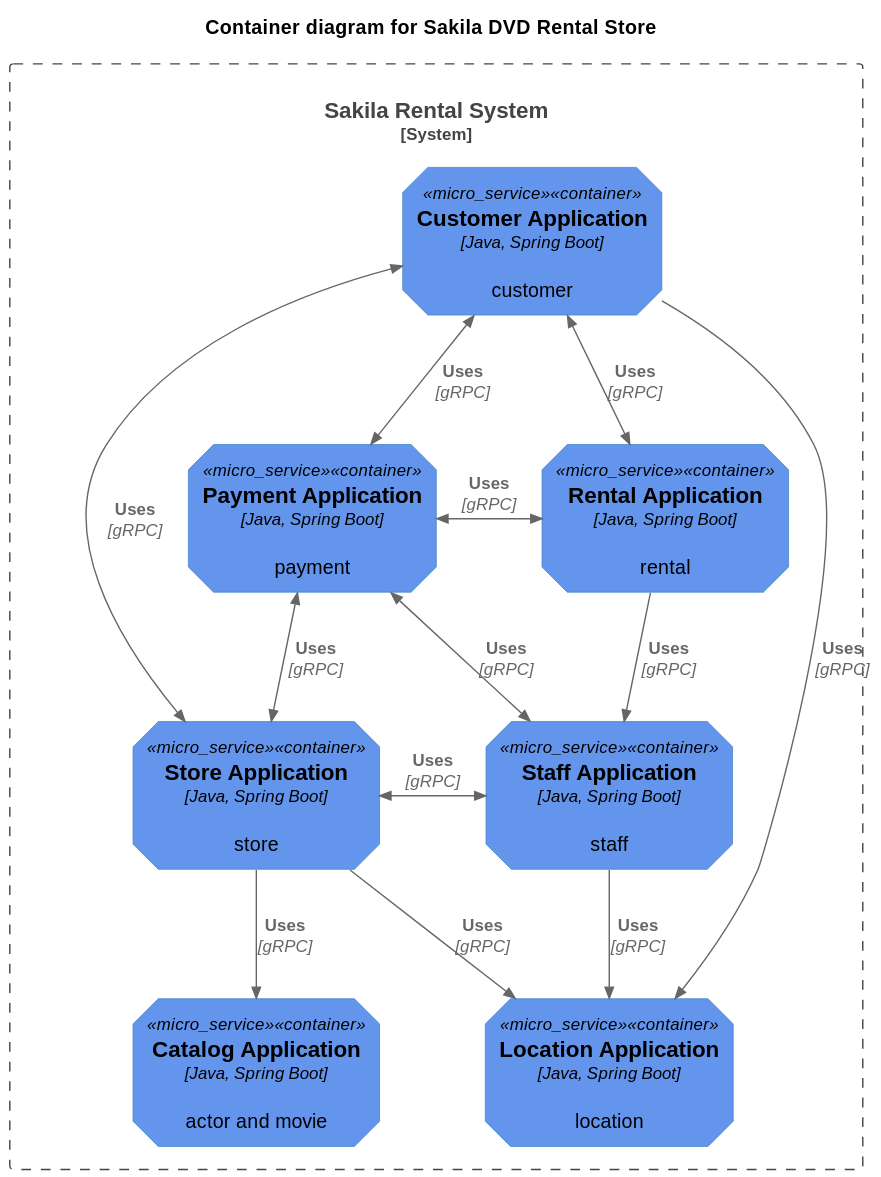
The PlantUML diagram diagram/sakila-container.svg in codejsha/sakila-microservices, before a commit. The source it was exported from:
```plantuml
@startuml
!include https://raw.githubusercontent.com/plantuml-stdlib/C4-PlantUML/master/C4_Container.puml

AddElementTag("micro_service", $shape=EightSidedShape(), $bgColor="CornflowerBlue", $fontColor="black", $legendText="micro service\neight sided")
AddElementTag("storage", $shape=RoundedBoxShape(), $bgColor="lightSkyBlue", $fontColor="black")

title Container diagram for Sakila DVD Rental Store

System_Boundary(sakila, "Sakila Rental System") {
    Container(catalog_app, "Catalog Application", "Java, Spring Boot", "actor and movie", $tags = "micro_service")
    Container(customer_app, "Customer Application", "Java, Spring Boot", "customer", $tags = "micro_service")
    Container(location_app, "Location Application", "Java, Spring Boot", "location", $tags = "micro_service")
    Container(payment_app, "Payment Application", "Java, Spring Boot", "payment", $tags = "micro_service")
    Container(rental_app, "Rental Application", "Java, Spring Boot", "rental", $tags = "micro_service")
    Container(staff_app, "Staff Application", "Java, Spring Boot", "staff", $tags = "micro_service")
    Container(store_app, "Store Application", "Java, Spring Boot", "store", $tags = "micro_service")
}

Rel_D(customer_app, location_app, "Uses", "gRPC")
BiRel(customer_app, payment_app, "Uses", "gRPC")
BiRel(customer_app, rental_app, "Uses", "gRPC")
BiRel(customer_app, store_app, "Uses", "gRPC")

BiRel_R(payment_app, rental_app, "Uses", "gRPC")
BiRel(payment_app, staff_app, "Uses", "gRPC")
BiRel(payment_app, store_app, "Uses", "gRPC")

Rel(rental_app, staff_app, "Uses", "gRPC")

Rel_D(staff_app, location_app, "Uses", "gRPC")
BiRel_R(staff_app, store_app, "Uses", "gRPC")

Rel(store_app, catalog_app, "Uses", "gRPC")
Rel_D(store_app, location_app, "Uses", "gRPC")
@enduml
```
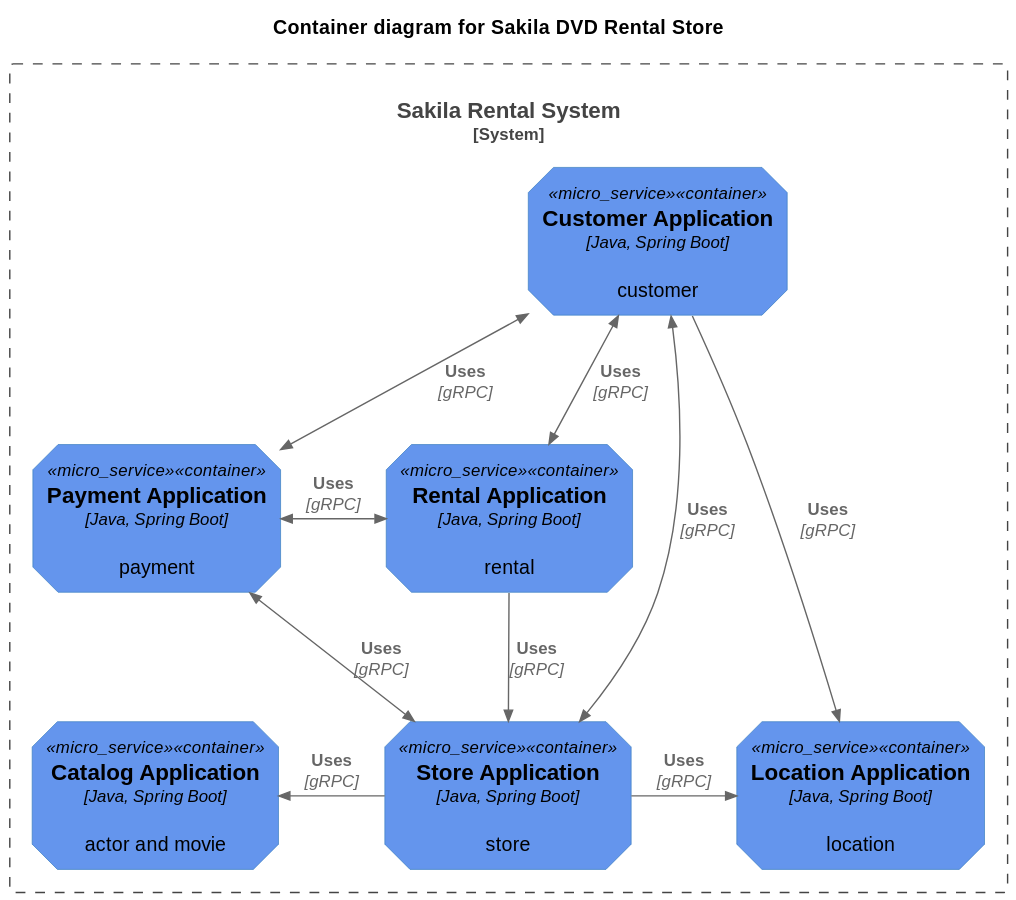
After the commit.

Diff of the diagram source:
```diff
@@ -12,7 +12,6 @@
     Container(location_app, "Location Application", "Java, Spring Boot", "location", $tags = "micro_service")
     Container(payment_app, "Payment Application", "Java, Spring Boot", "payment", $tags = "micro_service")
     Container(rental_app, "Rental Application", "Java, Spring Boot", "rental", $tags = "micro_service")
-    Container(staff_app, "Staff Application", "Java, Spring Boot", "staff", $tags = "micro_service")
     Container(store_app, "Store Application", "Java, Spring Boot", "store", $tags = "micro_service")
 }
 
@@ -22,14 +21,10 @@
 BiRel(customer_app, store_app, "Uses", "gRPC")
 
 BiRel_R(payment_app, rental_app, "Uses", "gRPC")
-BiRel(payment_app, staff_app, "Uses", "gRPC")
 BiRel(payment_app, store_app, "Uses", "gRPC")
 
-Rel(rental_app, staff_app, "Uses", "gRPC")
+Rel(rental_app, store_app, "Uses", "gRPC")
 
-Rel_D(staff_app, location_app, "Uses", "gRPC")
-BiRel_R(staff_app, store_app, "Uses", "gRPC")
-
-Rel(store_app, catalog_app, "Uses", "gRPC")
-Rel_D(store_app, location_app, "Uses", "gRPC")
+Rel_L(store_app, catalog_app, "Uses", "gRPC")
+Rel_R(store_app, location_app, "Uses", "gRPC")
 @enduml
```
